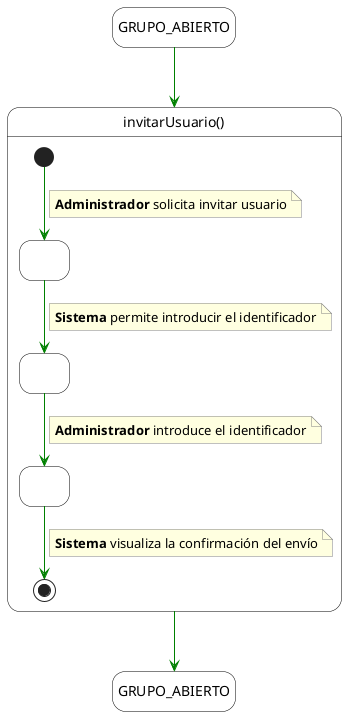
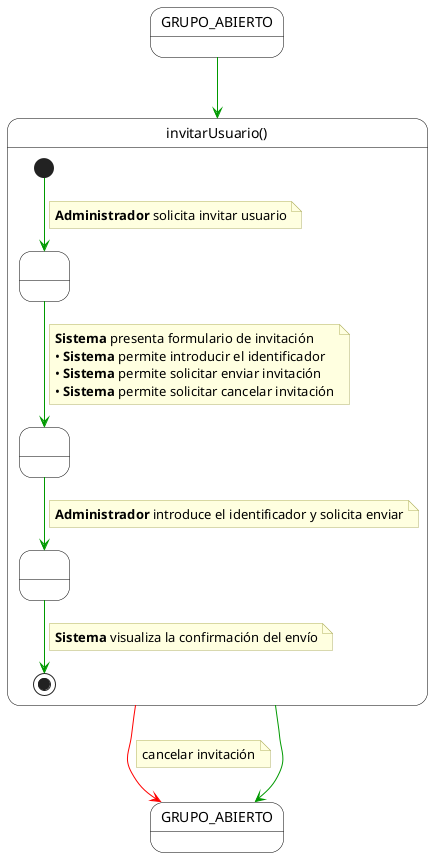
@startuml invitarUsuario
- hide empty description
+ skinparam monochrome false
+ skinparam shadow false
+ top to bottom direction

skinparam state {
    BackgroundColor White
    BorderColor Black
-     ArrowColor Green
- }
- skinparam note {
-     BackgroundColor LightYellow
-     BorderColor Gray
+     ArrowColor #009900
+     StartColor Black
+     EndColor Black
}

- state GRUPO_ABIERTO
+ skinparam note {
+     BackgroundColor #FFFFE0
+     BorderColor #B0B060
+     FontName Arial
+ }
+ 
+ state "GRUPO_ABIERTO" as Inicio

state "invitarUsuario()" as MainBlock {
+ 
+     state " " as Paso1
+     state " " as Paso2
+     state " " as Paso3

    [*] --> Paso1
    note on link
        **Administrador** solicita invitar usuario
    end note

-     state Paso1 as " "
- 
    Paso1 --> Paso2
    note on link
-         **Sistema** permite introducir el identificador
+         **Sistema** presenta formulario de invitación
+         • **Sistema** permite introducir el identificador
+         • **Sistema** permite solicitar enviar invitación
+         • **Sistema** permite solicitar cancelar invitación
    end note
- 
-     state Paso2 as " "

    Paso2 --> Paso3
    note on link
-         **Administrador** introduce el identificador
+         **Administrador** introduce el identificador y solicita enviar
    end note
- 
-     state Paso3 as " "

    Paso3 --> [*]
    note on link
        **Sistema** visualiza la confirmación del envío
    end note
}

- state "GRUPO_ABIERTO" as GRUPO_ABIERTO_FINAL
+ state "GRUPO_ABIERTO" as Fin

- GRUPO_ABIERTO -down-> MainBlock
- MainBlock -down-> GRUPO_ABIERTO_FINAL
+ Inicio --> MainBlock
+ 
+ MainBlock --> Fin
+ 
+ MainBlock -[#red]right-> Fin
+ note on link
+     cancelar invitación
+ end note

@enduml